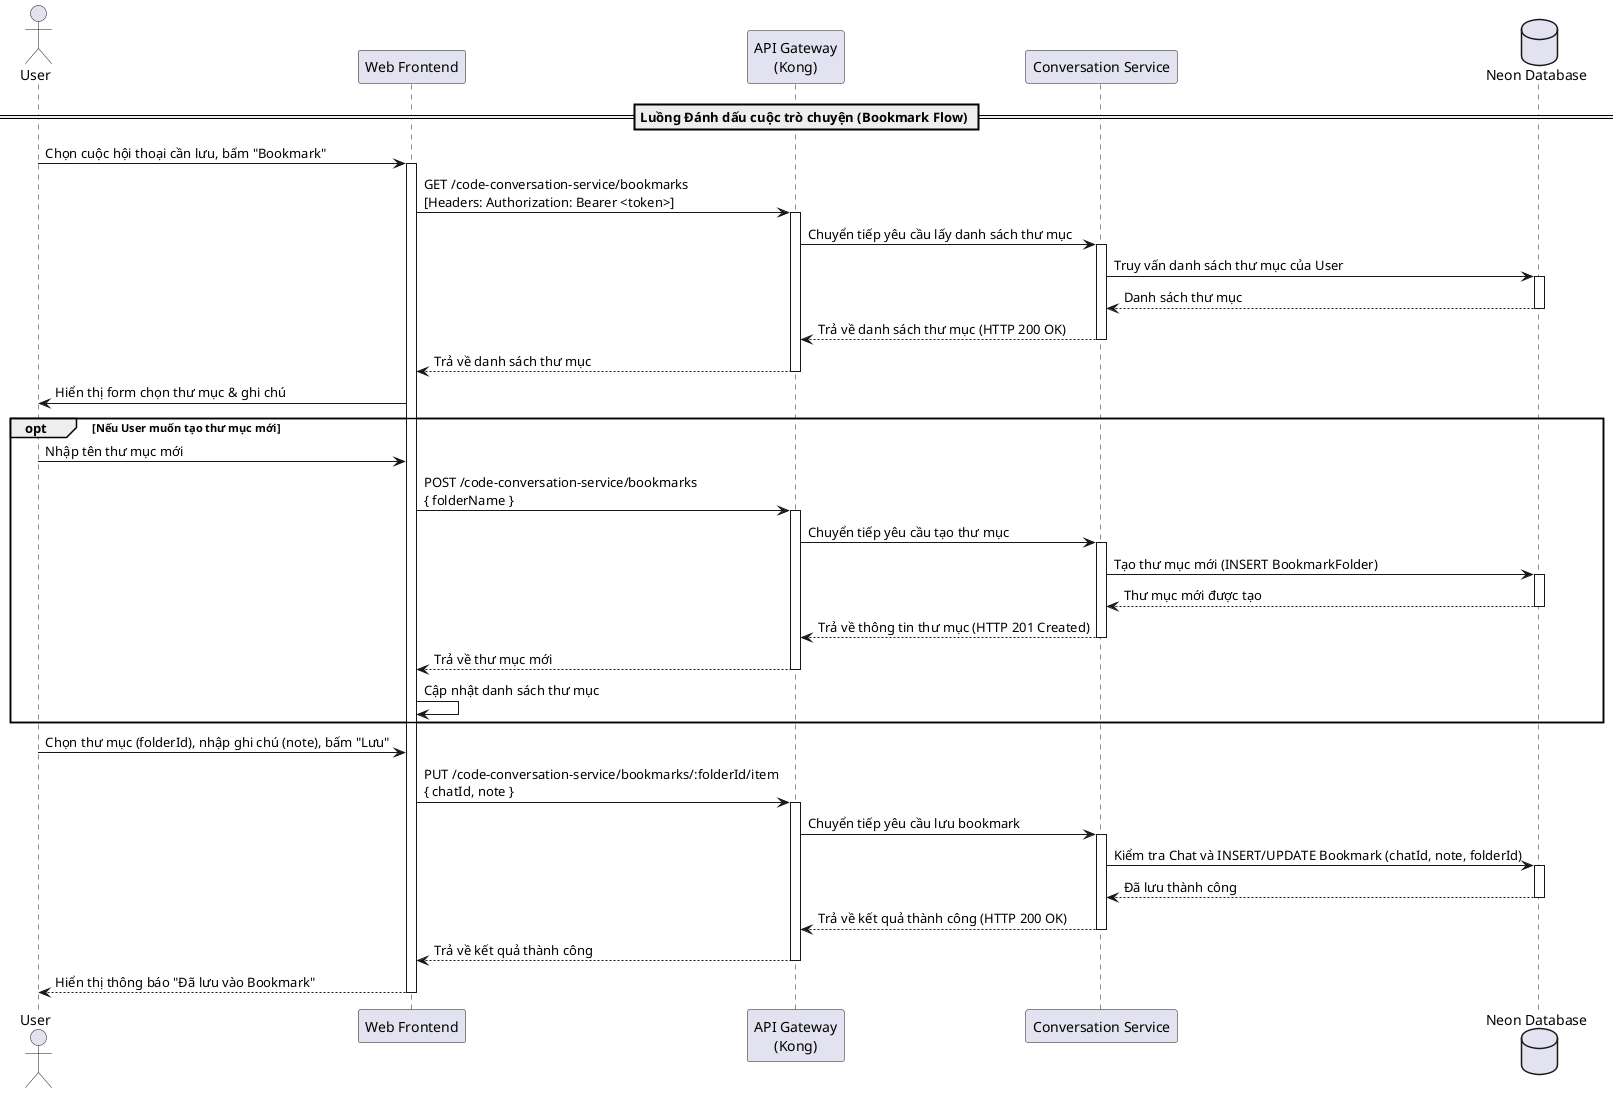
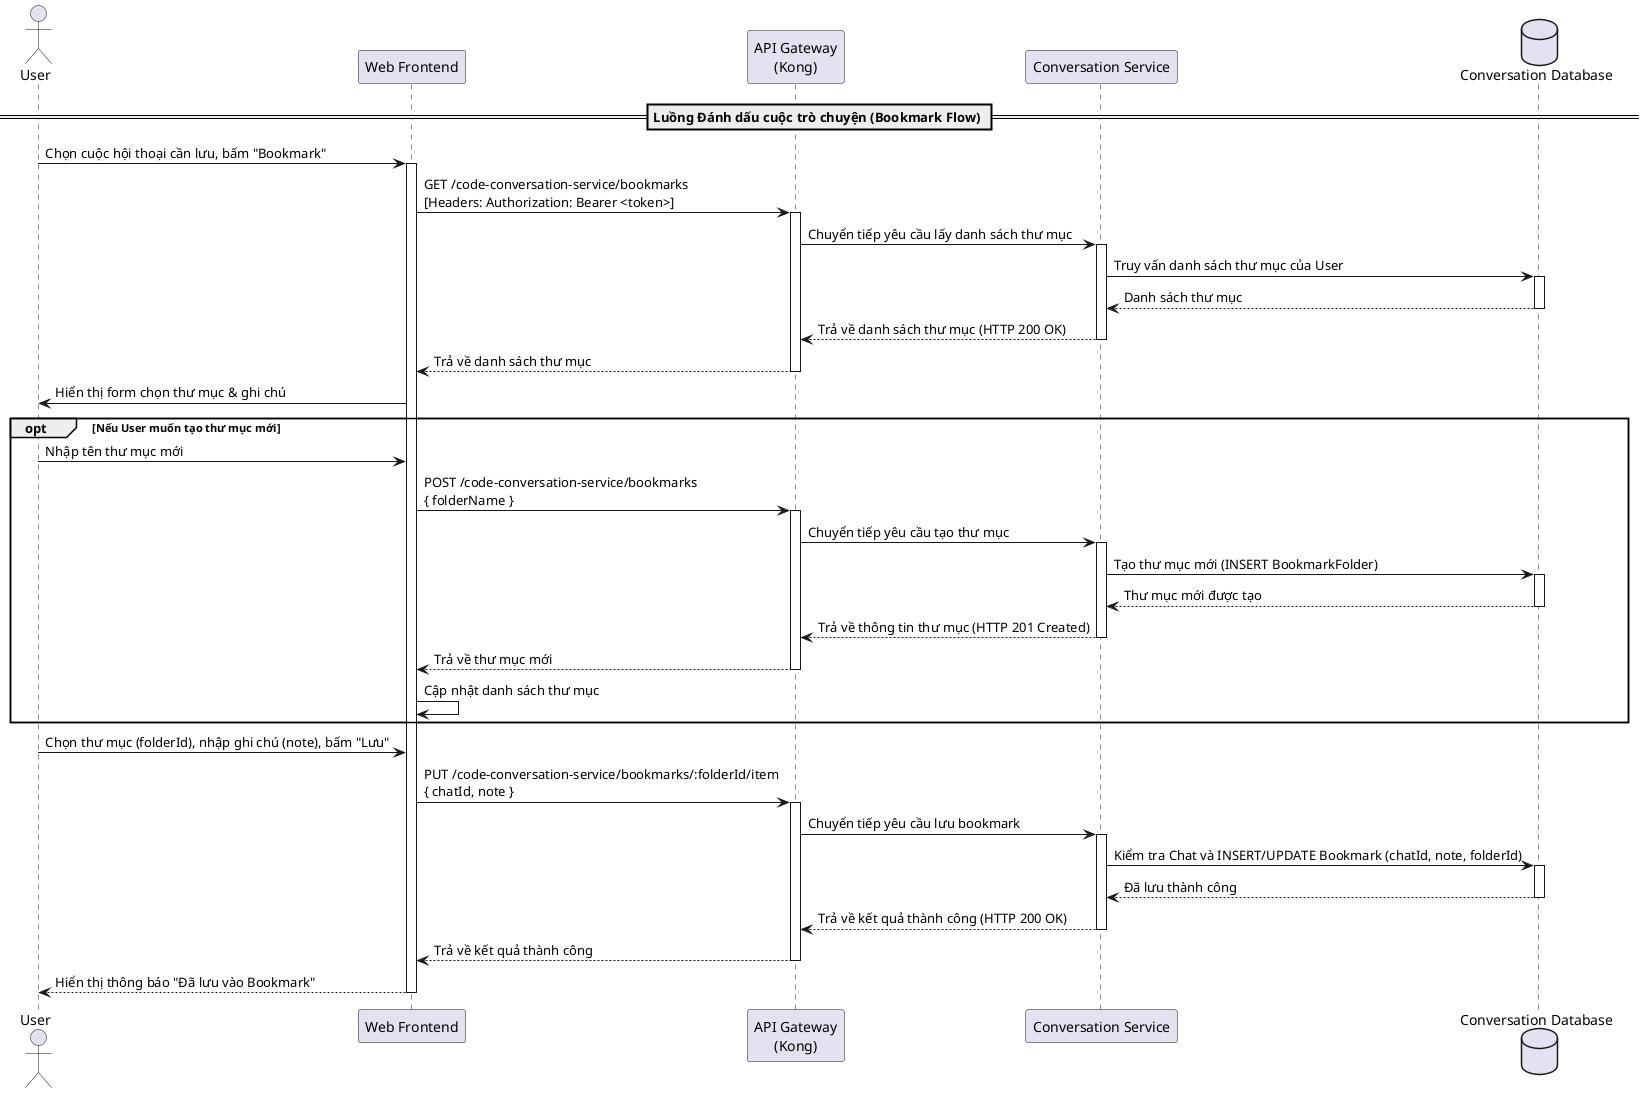
@startuml
actor "User" as User
participant "Web Frontend" as Frontend
participant "API Gateway\n(Kong)" as Kong
participant "Conversation Service" as ConvService
- database "Neon Database" as DB
+ database "Conversation Database" as DB

== Luồng Đánh dấu cuộc trò chuyện (Bookmark Flow) ==
User -> Frontend: Chọn cuộc hội thoại cần lưu, bấm "Bookmark"
activate Frontend

Frontend -> Kong: GET /code-conversation-service/bookmarks\n[Headers: Authorization: Bearer <token>]
activate Kong
Kong -> ConvService: Chuyển tiếp yêu cầu lấy danh sách thư mục
activate ConvService
ConvService -> DB: Truy vấn danh sách thư mục của User
activate DB
DB --> ConvService: Danh sách thư mục
deactivate DB
ConvService --> Kong: Trả về danh sách thư mục (HTTP 200 OK)
deactivate ConvService
Kong --> Frontend: Trả về danh sách thư mục
deactivate Kong

Frontend -> User: Hiển thị form chọn thư mục & ghi chú

opt Nếu User muốn tạo thư mục mới
    User -> Frontend: Nhập tên thư mục mới
    Frontend -> Kong: POST /code-conversation-service/bookmarks\n{ folderName }
    activate Kong
    Kong -> ConvService: Chuyển tiếp yêu cầu tạo thư mục
    activate ConvService
    ConvService -> DB: Tạo thư mục mới (INSERT BookmarkFolder)
    activate DB
    DB --> ConvService: Thư mục mới được tạo
    deactivate DB
    ConvService --> Kong: Trả về thông tin thư mục (HTTP 201 Created)
    deactivate ConvService
    Kong --> Frontend: Trả về thư mục mới
    deactivate Kong
    Frontend -> Frontend: Cập nhật danh sách thư mục
end

User -> Frontend: Chọn thư mục (folderId), nhập ghi chú (note), bấm "Lưu"
Frontend -> Kong: PUT /code-conversation-service/bookmarks/:folderId/item\n{ chatId, note }
activate Kong
Kong -> ConvService: Chuyển tiếp yêu cầu lưu bookmark
activate ConvService
ConvService -> DB: Kiểm tra Chat và INSERT/UPDATE Bookmark (chatId, note, folderId)
activate DB
DB --> ConvService: Đã lưu thành công
deactivate DB
ConvService --> Kong: Trả về kết quả thành công (HTTP 200 OK)
deactivate ConvService
Kong --> Frontend: Trả về kết quả thành công
deactivate Kong

Frontend --> User: Hiển thị thông báo "Đã lưu vào Bookmark"
deactivate Frontend
@enduml
